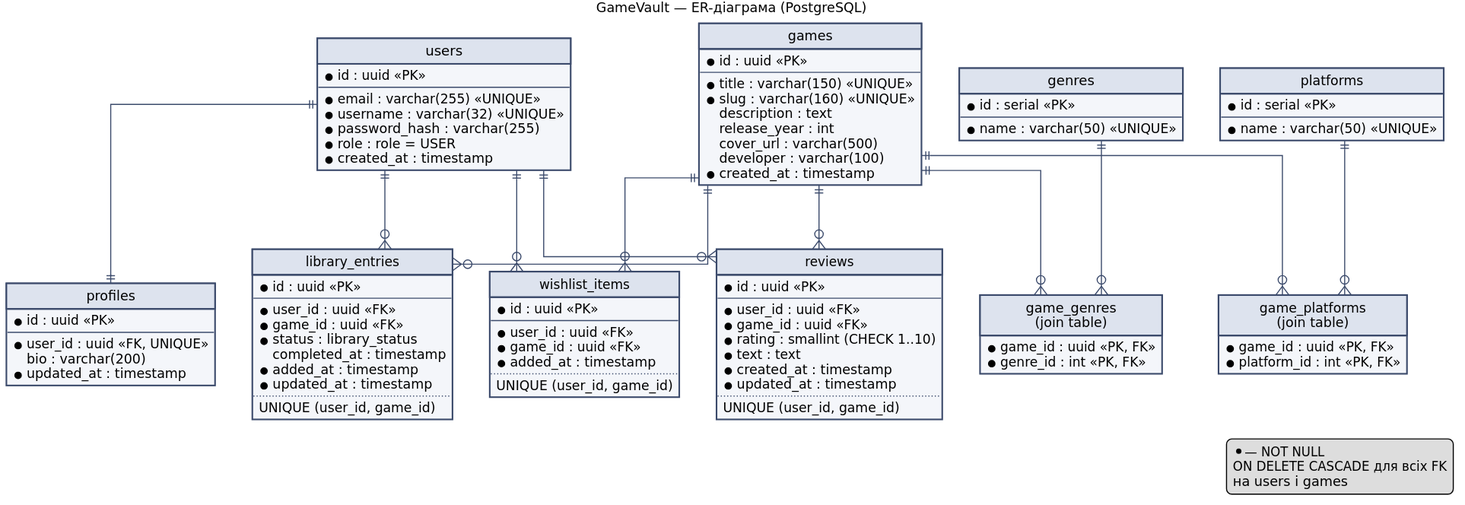
Earlier version of the PlantUML export docs/diagrams/er-diagram.svg (PavloPopovV/GameVault).
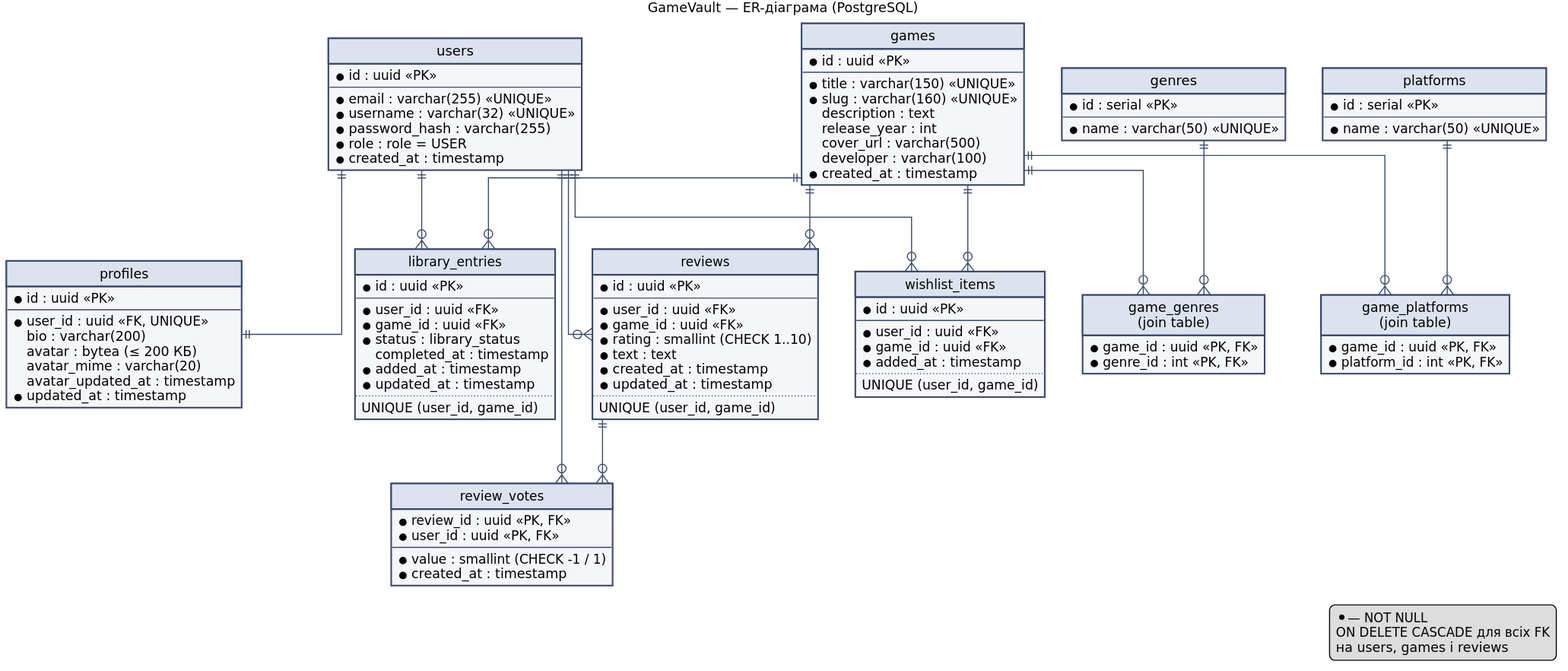
The same file after the commit.

The edit, as a diff of the source:
```diff
@@ -27,6 +27,9 @@
   --
   * user_id : uuid <<FK, UNIQUE>>
   bio : varchar(200)
+  avatar : bytea (≤ 200 КБ)
+  avatar_mime : varchar(20)
+  avatar_updated_at : timestamp
   * updated_at : timestamp
 }
 entity "games" as games {
@@ -91,6 +94,13 @@
   ..
   UNIQUE (user_id, game_id)
 }
+entity "review_votes" as vt {
+  * review_id : uuid <<PK, FK>>
+  * user_id : uuid <<PK, FK>>
+  --
+  * value : smallint (CHECK -1 / 1)
+  * created_at : timestamp
+}
 
 users ||--|| profiles
 users ||--o{ le
@@ -103,10 +113,12 @@
 genres ||--o{ gg
 games ||--o{ gp
 platforms ||--o{ gp
+rv ||--o{ vt
+users ||--o{ vt
 
 legend right
   * — NOT NULL
   ON DELETE CASCADE для всіх FK
-  на users і games
+  на users, games і reviews
 endlegend
 @enduml
```
